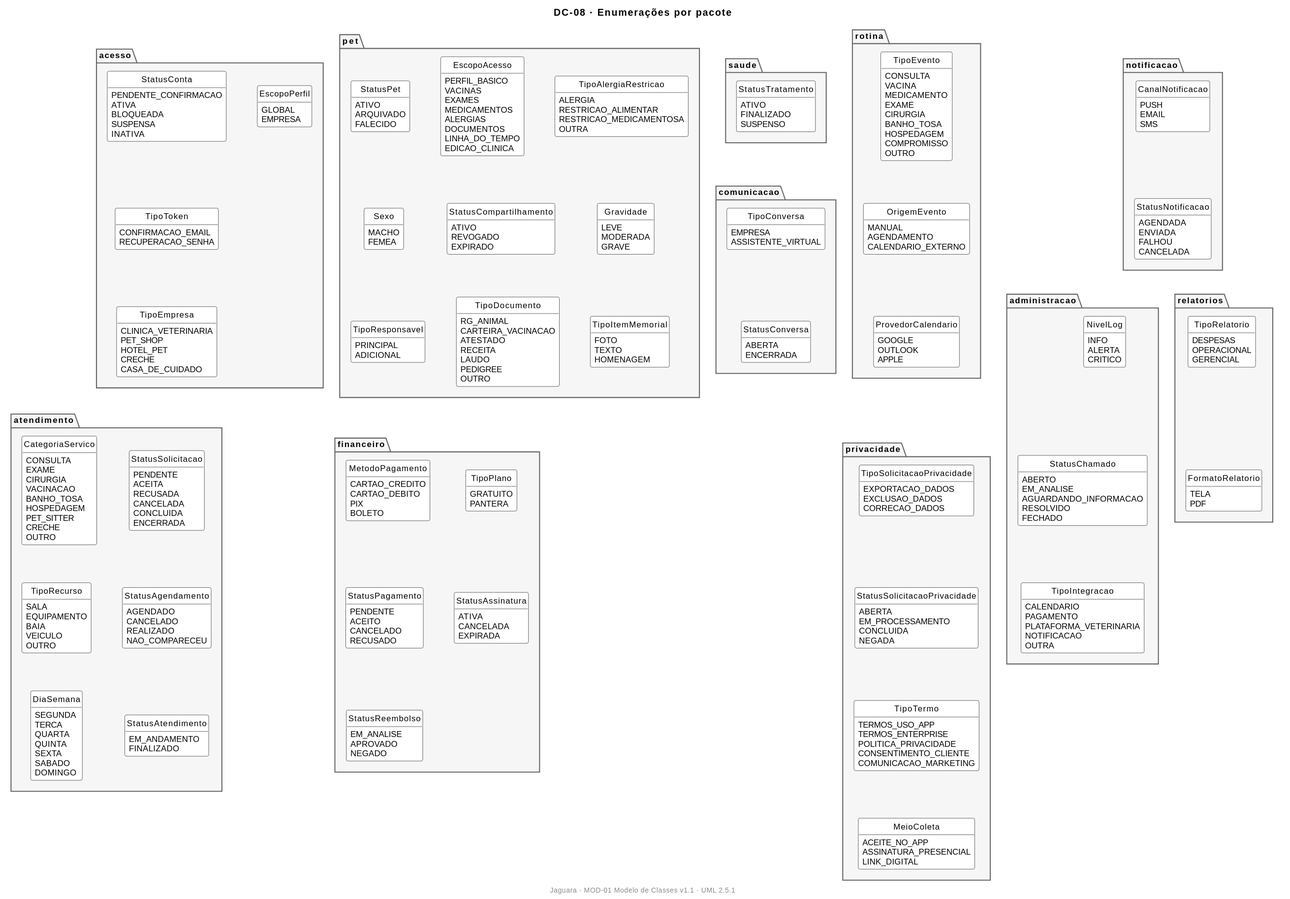
Above: docs/04-modelagem/diagrama-de-classes/img/DC-08-enumeracoes.svg in JaguaraPet/Jaguara_doc (PlantUML), before the change.
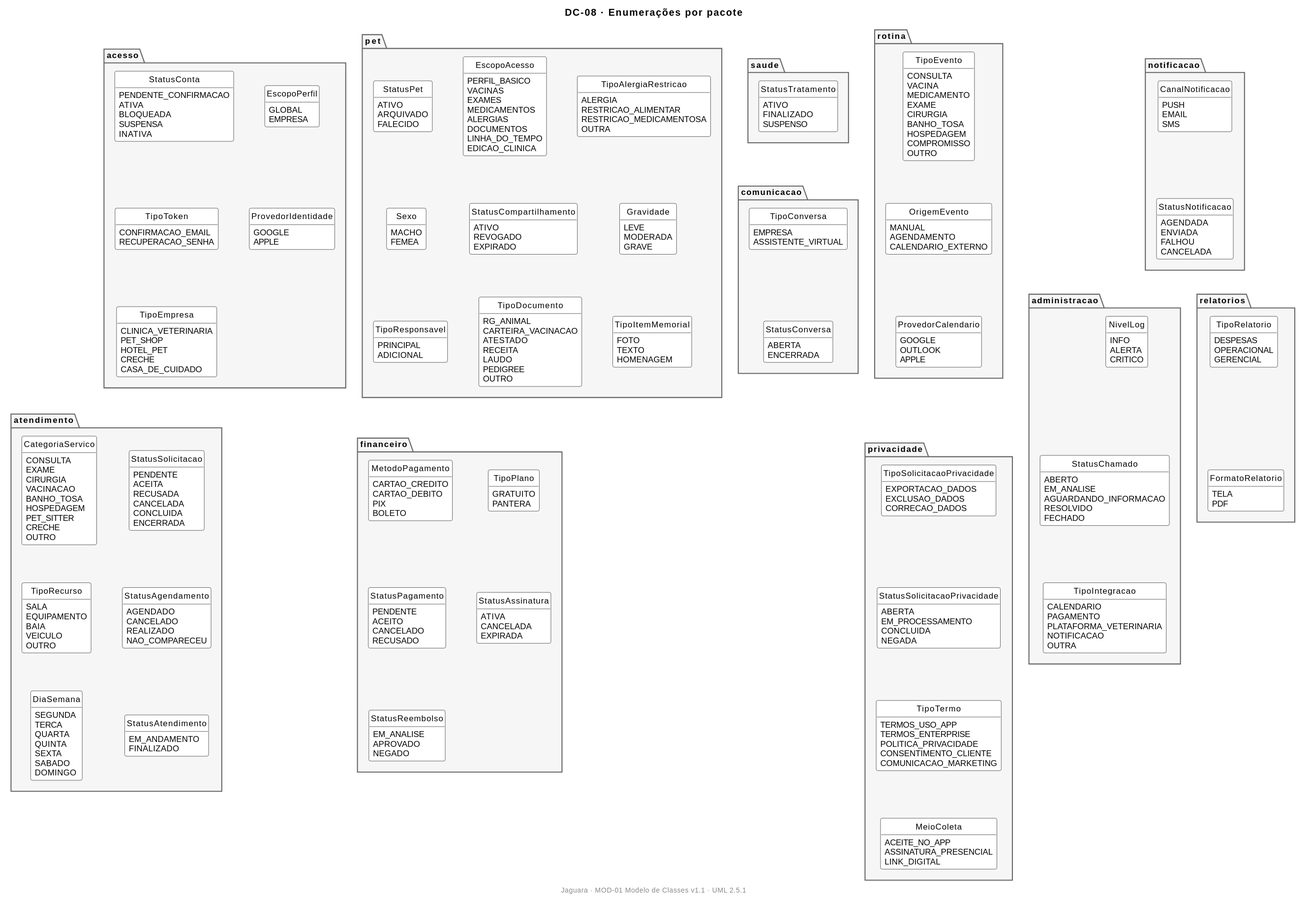
The same file after the commit.

The edit, as a diff of the source:
```diff
@@ -49,6 +49,10 @@
   enum EscopoPerfil {
     GLOBAL
     EMPRESA
+  }
+  enum ProvedorIdentidade {
+    GOOGLE
+    APPLE
   }
 }
 
@@ -304,6 +308,7 @@
 
 StatusConta -[hidden]down- TipoToken
 TipoToken -[hidden]down- TipoEmpresa
+EscopoPerfil -[hidden]down- ProvedorIdentidade
 StatusPet -[hidden]down- Sexo
 Sexo -[hidden]down- TipoResponsavel
 EscopoAcesso -[hidden]down- StatusCompartilhamento
```
